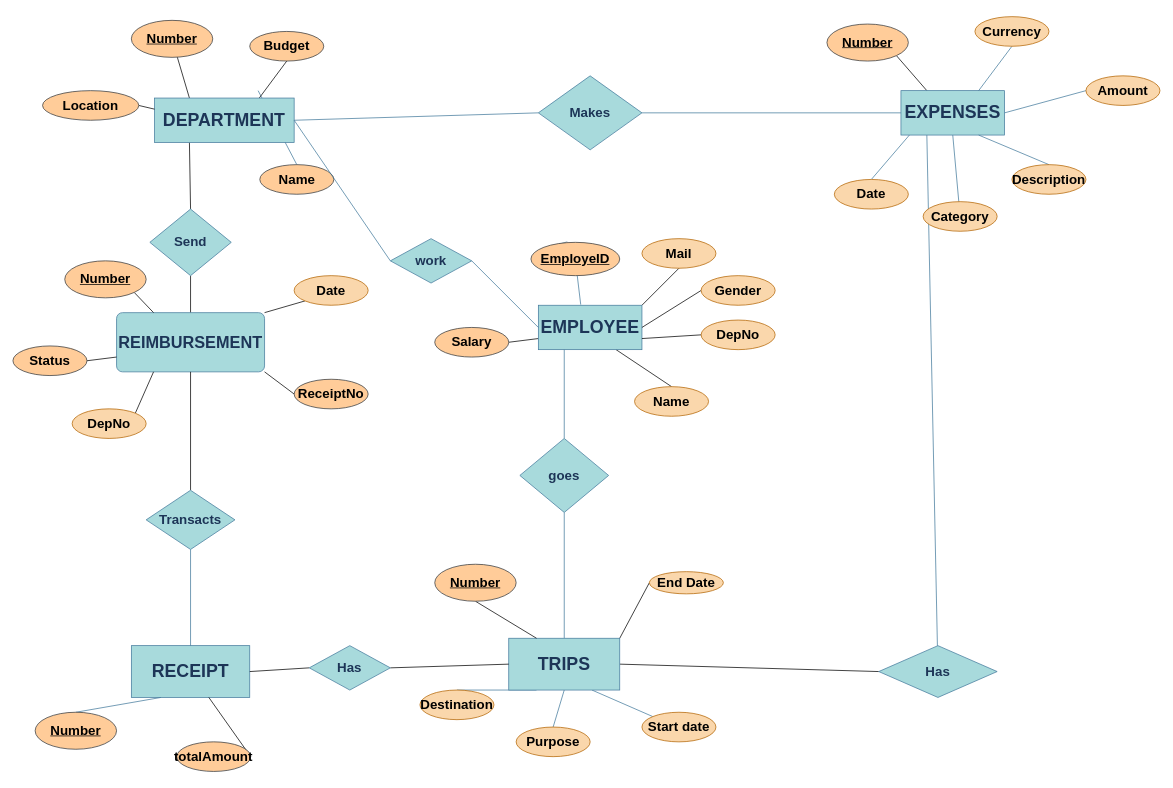
Before: database_project.drawio in kaanygl/database, a draw.io diagram. Source tidied: cells renumbered, new cells numbered last; positions are measured from the earlier drawing's top-left corner, leaving out a move shared by most shapes. Both pictures are drawn from the tidied source at 74%, with x=0, y=0 at pixel (13, 16).
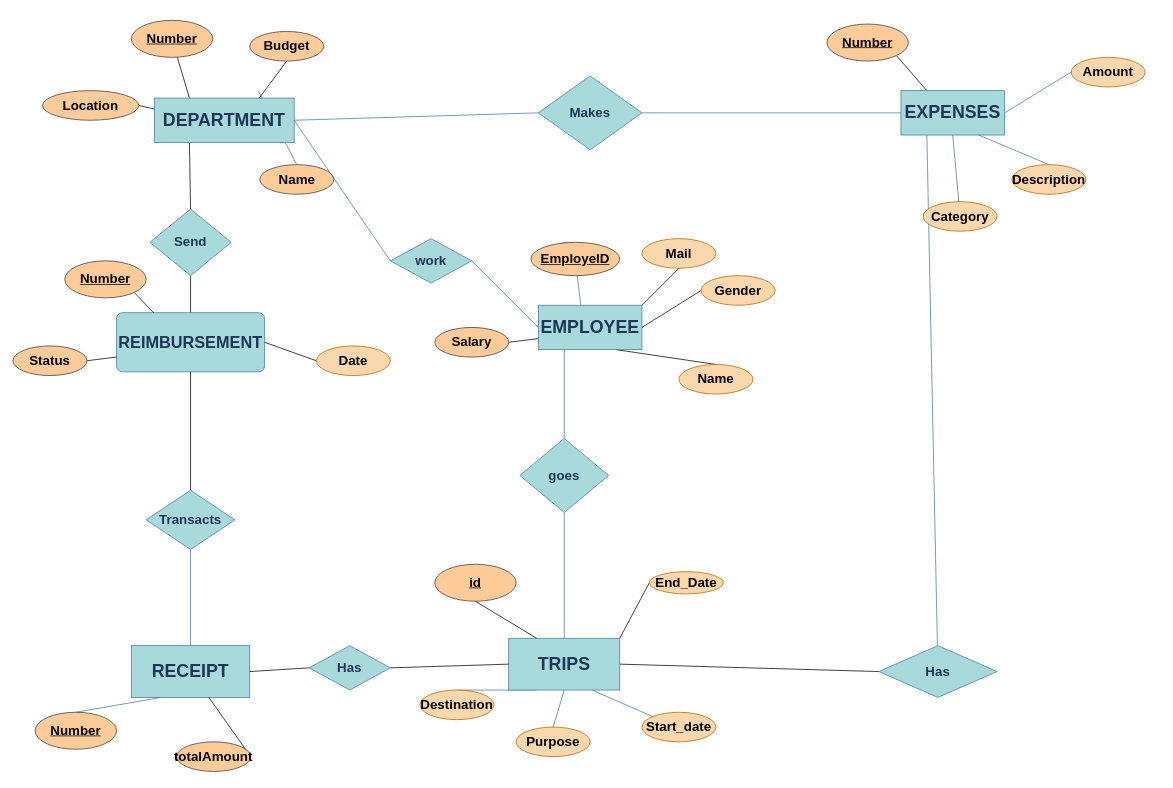
After the change.

The change refers to these unchanged cells:
```xml
<mxCell id="5" value="&lt;h1&gt;EMPLOYEE&lt;/h1&gt;" style="rounded=0;whiteSpace=wrap;html=1;fillColor=#A8DADC;strokeColor=#457B9D;fontColor=#1D3557;labelBackgroundColor=none;" parent="1" vertex="1">
  <mxGeometry x="710" y="390" width="140" height="60" as="geometry" />
</mxCell>
<mxCell id="18" value="&lt;h1&gt;EXPENSES&lt;/h1&gt;" style="whiteSpace=wrap;html=1;strokeColor=#457B9D;fontColor=#1D3557;fillColor=#A8DADC;" parent="1" vertex="1">
  <mxGeometry x="1200" y="100" width="140" height="60" as="geometry" />
</mxCell>
<mxCell id="51" value="&lt;h1&gt;&lt;span style=&quot;font-size: 22px;&quot;&gt;REIMBURSEMENT&lt;/span&gt;&lt;/h1&gt;" style="rounded=1;arcSize=10;whiteSpace=wrap;html=1;align=center;strokeColor=#457B9D;fontColor=#1D3557;fillColor=#A8DADC;" parent="1" vertex="1">
  <mxGeometry x="140" y="400" width="200" height="80" as="geometry" />
</mxCell>
```

Change to the diagram source:
```diff
@@
-    <mxCell id="15" style="edgeStyle=none;rounded=0;jettySize=auto;html=1;exitX=0;exitY=1;exitDx=0;exitDy=0;entryX=0.5;entryY=0;entryDx=0;entryDy=0;strokeColor=#457B9D;fontColor=#1D3557;fillColor=#A8DADC;endArrow=none;endFill=0;" parent="1" edge="1" target="34">
-      <mxGeometry relative="1" as="geometry">
-        <mxPoint x="1220" y="150" as="sourcePoint" />
-      </mxGeometry>
-    </mxCell>
@@
-    <mxCell id="26" value="&lt;h2&gt;Start date&lt;/h2&gt;" style="ellipse;whiteSpace=wrap;html=1;align=center;strokeColor=#b46504;fillColor=#fad7ac;" parent="1" vertex="1">
+    <mxCell id="26" value="&lt;h2&gt;Start_date&lt;/h2&gt;" style="ellipse;whiteSpace=wrap;html=1;align=center;strokeColor=#b46504;fillColor=#fad7ac;" parent="1" vertex="1">
       <mxGeometry x="850" y="940" width="100" height="40" as="geometry" />
     </mxCell>
-    <mxCell id="27" value="&lt;h2&gt;End Date&lt;/h2&gt;" style="ellipse;whiteSpace=wrap;html=1;align=center;strokeColor=#b46504;fillColor=#fad7ac;" parent="1" vertex="1">
+    <mxCell id="27" value="&lt;h2&gt;End_Date&lt;/h2&gt;" style="ellipse;whiteSpace=wrap;html=1;align=center;strokeColor=#b46504;fillColor=#fad7ac;" parent="1" vertex="1">
       <mxGeometry x="860" y="750" width="100" height="30" as="geometry" />
     </mxCell>
@@
     <mxCell id="30" value="&lt;h2&gt;Amount&lt;/h2&gt;" style="ellipse;whiteSpace=wrap;html=1;align=center;strokeColor=#b46504;fillColor=#fad7ac;" parent="1" vertex="1">
-      <mxGeometry x="1450" y="80" width="100" height="40" as="geometry" />
+      <mxGeometry x="1430" y="55" width="100" height="40" as="geometry" />
     </mxCell>
-    <mxCell id="31" style="edgeStyle=none;rounded=0;jettySize=auto;html=1;exitX=0.5;exitY=1;exitDx=0;exitDy=0;entryX=0.75;entryY=0;entryDx=0;entryDy=0;strokeColor=#457B9D;fontColor=#1D3557;fillColor=#A8DADC;endArrow=none;endFill=0;" parent="1" edge="1" source="32" target="18">
-      <mxGeometry relative="1" as="geometry" />
-    </mxCell>
-    <mxCell id="32" value="&lt;h2&gt;Currency&lt;/h2&gt;" style="ellipse;whiteSpace=wrap;html=1;align=center;strokeColor=#b46504;fillColor=#fad7ac;" parent="1" vertex="1">
-      <mxGeometry x="1300" width="100" height="40" as="geometry" />
-    </mxCell>
@@
-    <mxCell id="34" value="&lt;h2&gt;Date&lt;/h2&gt;" style="ellipse;whiteSpace=wrap;html=1;align=center;strokeColor=#b46504;fillColor=#fad7ac;" parent="1" vertex="1">
-      <mxGeometry x="1110" y="220" width="100" height="40" as="geometry" />
-    </mxCell>
@@
-    <mxCell id="49" style="edgeStyle=none;rounded=0;jettySize=auto;html=1;exitX=1;exitY=0;exitDx=0;exitDy=0;entryX=0;entryY=1;entryDx=0;entryDy=0;endArrow=none;endFill=0;" parent="1" edge="1" source="51" target="78">
+    <mxCell id="49" style="edgeStyle=none;rounded=0;jettySize=auto;html=1;exitX=1;exitY=0.5;exitDx=0;exitDy=0;entryX=0;entryY=0.5;entryDx=0;entryDy=0;endArrow=none;endFill=0;" parent="1" edge="1" source="51" target="78">
       <mxGeometry relative="1" as="geometry" />
     </mxCell>
-    <mxCell id="50" style="edgeStyle=none;rounded=0;jettySize=auto;html=1;exitX=1;exitY=1;exitDx=0;exitDy=0;entryX=0;entryY=0.5;entryDx=0;entryDy=0;endArrow=none;endFill=0;" parent="1" edge="1" source="51" target="79">
-      <mxGeometry relative="1" as="geometry" />
-    </mxCell>
@@
     <mxCell id="62" value="&lt;h2&gt;Name&lt;/h2&gt;" style="ellipse;whiteSpace=wrap;html=1;align=center;strokeColor=#b46504;fillColor=#fad7ac;" parent="1" vertex="1">
-      <mxGeometry x="840" y="500" width="100" height="40" as="geometry" />
+      <mxGeometry x="900" y="470" width="100" height="40" as="geometry" />
     </mxCell>
@@
-    <mxCell id="64" style="edgeStyle=none;rounded=0;jettySize=auto;html=1;exitX=0;exitY=0.5;exitDx=0;exitDy=0;entryX=1;entryY=0.75;entryDx=0;entryDy=0;endArrow=none;endFill=0;" parent="1" edge="1" source="65" target="5">
-      <mxGeometry relative="1" as="geometry" />
-    </mxCell>
-    <mxCell id="65" value="&lt;h2&gt;DepNo&lt;/h2&gt;" style="ellipse;whiteSpace=wrap;html=1;align=center;strokeColor=#b46504;fillColor=#fad7ac;" parent="1" vertex="1">
-      <mxGeometry x="930" y="410" width="100" height="40" as="geometry" />
-    </mxCell>
@@
-    <mxCell id="70" value="&lt;h2&gt;Number&lt;/h2&gt;" style="ellipse;whiteSpace=wrap;html=1;align=center;fontStyle=4;fillColor=#ffcc99;strokeColor=#36393d;" parent="1" vertex="1">
+    <mxCell id="70" value="&lt;h2&gt;id&lt;/h2&gt;" style="ellipse;whiteSpace=wrap;html=1;align=center;fontStyle=4;fillColor=#ffcc99;strokeColor=#36393d;" parent="1" vertex="1">
       <mxGeometry x="570" y="740" width="110" height="50" as="geometry" />
     </mxCell>
@@
     <mxCell id="78" value="&lt;h2&gt;Date&lt;/h2&gt;" style="ellipse;whiteSpace=wrap;html=1;align=center;strokeColor=#b46504;fillColor=#fad7ac;" parent="1" vertex="1">
-      <mxGeometry x="380" y="350" width="100" height="40" as="geometry" />
+      <mxGeometry x="410" y="445" width="100" height="40" as="geometry" />
     </mxCell>
-    <mxCell id="79" value="&lt;h2&gt;ReceiptNo&lt;/h2&gt;" style="ellipse;whiteSpace=wrap;html=1;align=center;fillColor=#ffcc99;strokeColor=#36393d;" parent="1" vertex="1">
-      <mxGeometry x="380" y="490" width="100" height="40" as="geometry" />
-    </mxCell>
-    <mxCell id="80" style="edgeStyle=none;rounded=0;jettySize=auto;html=1;exitX=1;exitY=0;exitDx=0;exitDy=0;entryX=0.25;entryY=1;entryDx=0;entryDy=0;endArrow=none;endFill=0;" parent="1" edge="1" source="81" target="51">
-      <mxGeometry relative="1" as="geometry" />
-    </mxCell>
-    <mxCell id="81" value="&lt;h2&gt;DepNo&lt;/h2&gt;" style="ellipse;whiteSpace=wrap;html=1;align=center;strokeColor=#b46504;fillColor=#fad7ac;" parent="1" vertex="1">
-      <mxGeometry x="80" y="530" width="100" height="40" as="geometry" />
-    </mxCell>
```
